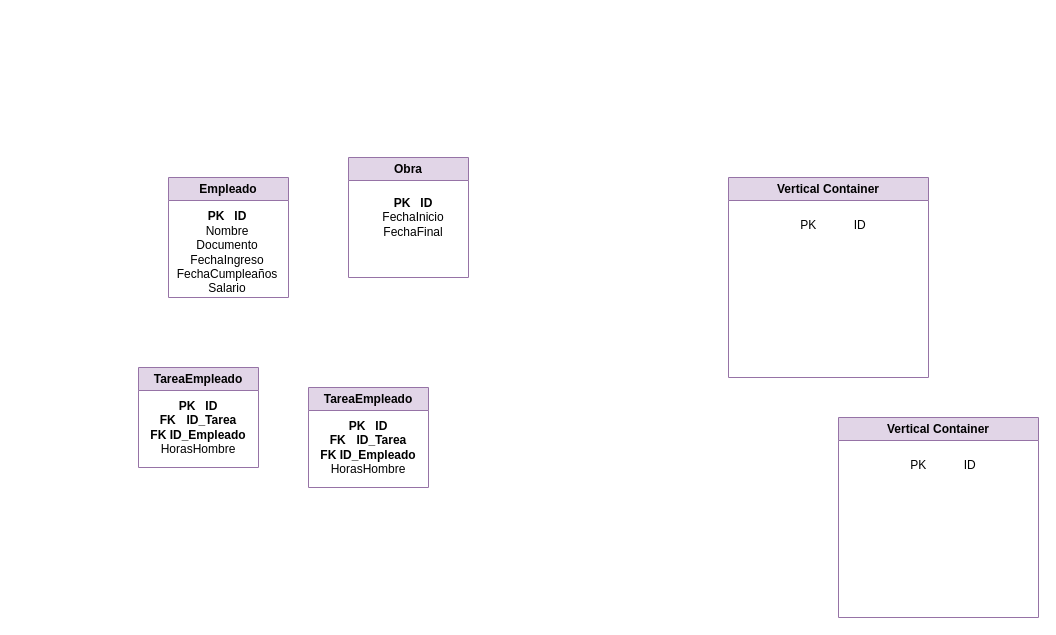
konnylisethalucematorresCAMPUS/baseDeDatosJhon keeps this draw.io diagram as Diagrama sin título.drawio. Above is the earlier version. Source tidied: cells renumbered, new cells numbered last; positions are measured from the earlier drawing's top-left corner, leaving out a move shared by most shapes. Both pictures are drawn from the tidied source at 100%, with x=0, y=0 at pixel (108, 157).
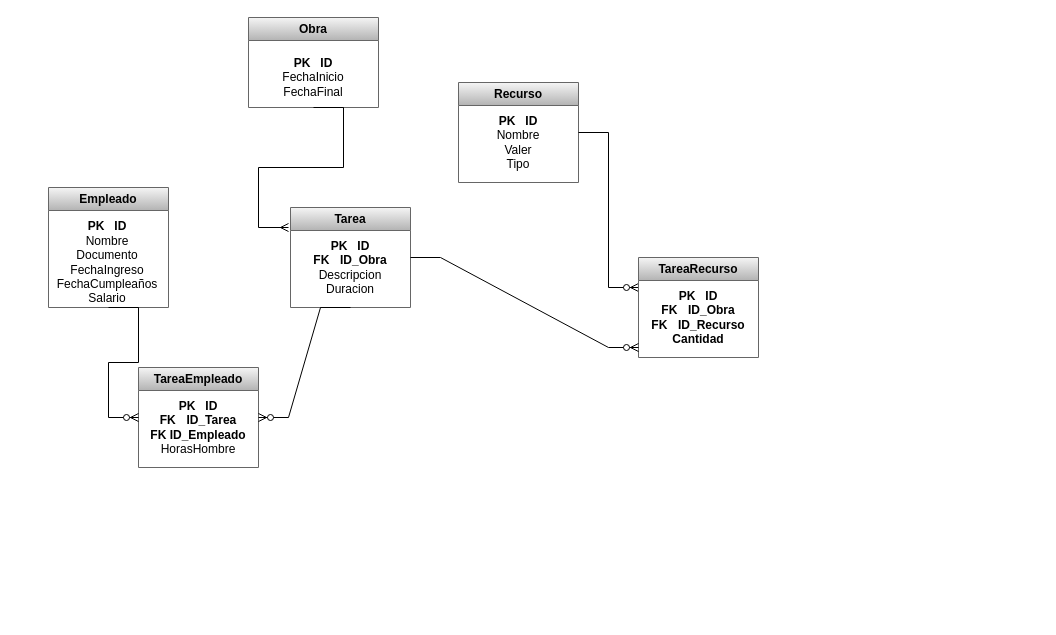
The same page after the edit.

Diff of the diagram source:
```diff
@@
-    <mxCell id="2" value="Empleado" style="swimlane;whiteSpace=wrap;html=1;fillColor=#e1d5e7;strokeColor=#9673a6;" parent="1" vertex="1">
-      <mxGeometry x="60" y="20" width="120" height="120" as="geometry" />
+    <mxCell id="2" value="Empleado" style="swimlane;whiteSpace=wrap;html=1;fillColor=#f5f5f5;strokeColor=#666666;gradientColor=#b3b3b3;" parent="1" vertex="1">
+      <mxGeometry x="-60" y="30" width="120" height="120" as="geometry" />
     </mxCell>
@@
-    <mxCell id="4" value="Vertical Container" style="swimlane;whiteSpace=wrap;html=1;fillColor=#e1d5e7;strokeColor=#9673a6;" parent="1" vertex="1">
-      <mxGeometry x="730" y="260" width="200" height="200" as="geometry" />
-    </mxCell>
-    <mxCell id="5" value="&lt;blockquote style=&quot;margin: 0 0 0 40px; border: none; padding: 0px;&quot;&gt;PK&amp;nbsp;&lt;span style=&quot;white-space: pre;&quot;&gt;&#9;&lt;span style=&quot;white-space: pre;&quot;&gt;&#9;&lt;/span&gt;&lt;/span&gt;ID&lt;/blockquote&gt;&lt;blockquote style=&quot;margin: 0 0 0 40px; border: none; padding: 0px;&quot;&gt;&lt;br&gt;&lt;/blockquote&gt;" style="text;html=1;align=center;verticalAlign=middle;whiteSpace=wrap;rounded=0;" parent="4" vertex="1">
-      <mxGeometry x="50" y="40" width="70" height="30" as="geometry" />
-    </mxCell>
-    <mxCell id="6" value="Vertical Container" style="swimlane;whiteSpace=wrap;html=1;fillColor=#e1d5e7;strokeColor=#9673a6;" parent="1" vertex="1">
-      <mxGeometry x="620" y="20" width="200" height="200" as="geometry" />
-    </mxCell>
-    <mxCell id="7" value="&lt;blockquote style=&quot;margin: 0 0 0 40px; border: none; padding: 0px;&quot;&gt;PK&amp;nbsp;&lt;span style=&quot;white-space: pre;&quot;&gt;&#9;&lt;span style=&quot;white-space: pre;&quot;&gt;&#9;&lt;/span&gt;&lt;/span&gt;ID&lt;/blockquote&gt;&lt;blockquote style=&quot;margin: 0 0 0 40px; border: none; padding: 0px;&quot;&gt;&lt;br&gt;&lt;/blockquote&gt;" style="text;html=1;align=center;verticalAlign=middle;whiteSpace=wrap;rounded=0;" parent="6" vertex="1">
-      <mxGeometry x="50" y="40" width="70" height="30" as="geometry" />
-    </mxCell>
-    <mxCell id="8" value="Obra" style="swimlane;whiteSpace=wrap;html=1;fillColor=#e1d5e7;strokeColor=#9673a6;" parent="1" vertex="1">
-      <mxGeometry x="240" width="120" height="120" as="geometry" />
+    <mxCell id="8" value="Obra" style="swimlane;whiteSpace=wrap;html=1;fillColor=#f5f5f5;strokeColor=#666666;gradientColor=#b3b3b3;" parent="1" vertex="1">
+      <mxGeometry x="140" y="-140" width="130" height="90" as="geometry" />
     </mxCell>
@@
-    <mxCell id="10" value="TareaEmpleado" style="swimlane;whiteSpace=wrap;html=1;fillColor=#e1d5e7;strokeColor=#9673a6;" parent="1" vertex="1">
+    <mxCell id="10" value="TareaEmpleado" style="swimlane;whiteSpace=wrap;html=1;fillColor=#f5f5f5;strokeColor=#666666;gradientColor=#b3b3b3;" parent="1" vertex="1">
       <mxGeometry x="30" y="210" width="120" height="100" as="geometry" />
     </mxCell>
@@
-    <mxCell id="12" value="TareaEmpleado" style="swimlane;whiteSpace=wrap;html=1;fillColor=#e1d5e7;strokeColor=#9673a6;" parent="1" vertex="1">
-      <mxGeometry x="200" y="230" width="120" height="100" as="geometry" />
+    <mxCell id="12" value="Tarea" style="swimlane;whiteSpace=wrap;html=1;fillColor=#f5f5f5;strokeColor=#666666;gradientColor=#b3b3b3;" parent="1" vertex="1">
+      <mxGeometry x="182" y="50" width="120" height="100" as="geometry" />
     </mxCell>
-    <mxCell id="13" value="&lt;blockquote style=&quot;margin: 0 0 0 40px; border: none; padding: 0px;&quot;&gt;&lt;b&gt;PK&amp;nbsp;&lt;span style=&quot;white-space: pre;&quot;&gt;&lt;span style=&quot;white-space: pre;&quot;&gt;&#9;&lt;/span&gt;&lt;/span&gt;ID&lt;/b&gt;&lt;/blockquote&gt;&lt;blockquote style=&quot;margin: 0 0 0 40px; border: none; padding: 0px;&quot;&gt;&lt;b&gt;FK&amp;nbsp;&lt;span style=&quot;white-space: pre;&quot;&gt;&#9;&lt;/span&gt;ID_Tarea&lt;/b&gt;&lt;/blockquote&gt;&lt;blockquote style=&quot;margin: 0 0 0 40px; border: none; padding: 0px;&quot;&gt;&lt;b&gt;FK ID_Empleado&lt;/b&gt;&lt;/blockquote&gt;&lt;blockquote style=&quot;margin: 0 0 0 40px; border: none; padding: 0px;&quot;&gt;HorasHombre&lt;/blockquote&gt;" style="text;html=1;align=center;verticalAlign=middle;whiteSpace=wrap;rounded=0;" parent="12" vertex="1">
+    <mxCell id="13" value="&lt;blockquote style=&quot;margin: 0 0 0 40px; border: none; padding: 0px;&quot;&gt;&lt;b&gt;PK&amp;nbsp;&lt;span style=&quot;white-space: pre;&quot;&gt;&lt;span style=&quot;white-space: pre;&quot;&gt;&#9;&lt;/span&gt;&lt;/span&gt;ID&lt;/b&gt;&lt;/blockquote&gt;&lt;blockquote style=&quot;margin: 0 0 0 40px; border: none; padding: 0px;&quot;&gt;&lt;b&gt;FK&amp;nbsp;&lt;span style=&quot;white-space: pre;&quot;&gt;&#9;&lt;/span&gt;ID_Obra&lt;/b&gt;&lt;/blockquote&gt;&lt;blockquote style=&quot;margin: 0 0 0 40px; border: none; padding: 0px;&quot;&gt;Descripcion&lt;/blockquote&gt;&lt;blockquote style=&quot;margin: 0 0 0 40px; border: none; padding: 0px;&quot;&gt;Duracion&lt;/blockquote&gt;" style="text;html=1;align=center;verticalAlign=middle;whiteSpace=wrap;rounded=0;" parent="12" vertex="1">
       <mxGeometry x="-30" y="45" width="140" height="30" as="geometry" />
     </mxCell>
+    <mxCell id="14" style="edgeStyle=entityRelationEdgeStyle;fontSize=12;html=1;endArrow=ERmany;rounded=0;exitX=0.5;exitY=1;exitDx=0;exitDy=0;" parent="1" edge="1" source="8">
+      <mxGeometry relative="1" as="geometry">
+        <mxPoint x="180" y="70" as="targetPoint" />
+        <Array as="points">
+          <mxPoint x="250" />
+        </Array>
+      </mxGeometry>
+    </mxCell>
+    <mxCell id="15" style="edgeStyle=entityRelationEdgeStyle;fontSize=12;html=1;endArrow=ERzeroToMany;endFill=1;rounded=0;exitX=0.5;exitY=1;exitDx=0;exitDy=0;entryX=1;entryY=0.5;entryDx=0;entryDy=0;" parent="1" edge="1" source="12" target="10">
+      <mxGeometry relative="1" as="geometry" />
+    </mxCell>
+    <mxCell id="16" style="edgeStyle=entityRelationEdgeStyle;fontSize=12;html=1;endArrow=ERzeroToMany;endFill=1;rounded=0;exitX=0.5;exitY=1;exitDx=0;exitDy=0;" parent="1" edge="1" source="2">
+      <mxGeometry relative="1" as="geometry">
+        <mxPoint x="30" y="260" as="targetPoint" />
+      </mxGeometry>
+    </mxCell>
+    <mxCell id="17" style="group;" parent="1" vertex="1">
+      <mxGeometry x="350" y="-75" width="300" height="350" as="geometry" />
+    </mxCell>
+    <mxCell id="18" value="Recurso" style="swimlane;whiteSpace=wrap;html=1;fillColor=#f5f5f5;strokeColor=#666666;gradientColor=#b3b3b3;" parent="17" vertex="1">
+      <mxGeometry width="120" height="100" as="geometry" />
+    </mxCell>
+    <mxCell id="19" value="&lt;blockquote style=&quot;margin: 0 0 0 40px; border: none; padding: 0px;&quot;&gt;&lt;b&gt;PK&amp;nbsp;&lt;span style=&quot;white-space: pre;&quot;&gt;&lt;span style=&quot;white-space: pre;&quot;&gt;&#9;&lt;/span&gt;&lt;/span&gt;ID&lt;/b&gt;&lt;/blockquote&gt;&lt;blockquote style=&quot;margin: 0 0 0 40px; border: none; padding: 0px;&quot;&gt;Nombre&lt;/blockquote&gt;&lt;blockquote style=&quot;margin: 0 0 0 40px; border: none; padding: 0px;&quot;&gt;Valer&lt;/blockquote&gt;&lt;blockquote style=&quot;margin: 0 0 0 40px; border: none; padding: 0px;&quot;&gt;Tipo&lt;/blockquote&gt;" style="text;html=1;align=center;verticalAlign=middle;whiteSpace=wrap;rounded=0;" parent="18" vertex="1">
+      <mxGeometry x="-30" y="45" width="140" height="30" as="geometry" />
+    </mxCell>
+    <mxCell id="20" style="edgeStyle=entityRelationEdgeStyle;fontSize=12;html=1;endArrow=ERzeroToMany;endFill=1;rounded=0;exitX=1;exitY=0.5;exitDx=0;exitDy=0;" parent="17" edge="1" source="18">
+      <mxGeometry relative="1" as="geometry">
+        <mxPoint x="180" y="205" as="targetPoint" />
+        <Array as="points">
+          <mxPoint x="160" y="195" />
+        </Array>
+      </mxGeometry>
+    </mxCell>
+    <mxCell id="21" value="TareaRecurso" style="swimlane;whiteSpace=wrap;html=1;fillColor=#f5f5f5;strokeColor=#666666;gradientColor=#b3b3b3;" parent="17" vertex="1">
+      <mxGeometry x="180" y="175" width="120" height="100" as="geometry" />
+    </mxCell>
+    <mxCell id="22" value="&lt;blockquote style=&quot;margin: 0 0 0 40px; border: none; padding: 0px;&quot;&gt;&lt;b&gt;PK&amp;nbsp;&lt;span style=&quot;white-space: pre;&quot;&gt;&lt;span style=&quot;white-space: pre;&quot;&gt;&#9;&lt;/span&gt;&lt;/span&gt;ID&lt;/b&gt;&lt;/blockquote&gt;&lt;blockquote style=&quot;margin: 0 0 0 40px; border: none; padding: 0px;&quot;&gt;&lt;b&gt;FK&amp;nbsp;&lt;span style=&quot;white-space: pre;&quot;&gt;&#9;&lt;/span&gt;ID_Obra&lt;/b&gt;&lt;/blockquote&gt;&lt;blockquote style=&quot;margin: 0 0 0 40px; border: none; padding: 0px;&quot;&gt;&lt;b&gt;FK&amp;nbsp;&lt;span style=&quot;white-space: pre;&quot;&gt;&#9;&lt;/span&gt;ID_Recurso&lt;/b&gt;&lt;/blockquote&gt;&lt;blockquote style=&quot;margin: 0 0 0 40px; border: none; padding: 0px;&quot;&gt;&lt;b&gt;Cantidad&lt;/b&gt;&lt;/blockquote&gt;" style="text;html=1;align=center;verticalAlign=middle;whiteSpace=wrap;rounded=0;" parent="21" vertex="1">
+      <mxGeometry x="-30" y="45" width="140" height="30" as="geometry" />
+    </mxCell>
+    <mxCell id="23" style="edgeStyle=entityRelationEdgeStyle;fontSize=12;html=1;endArrow=ERzeroToMany;endFill=1;rounded=0;entryX=0.25;entryY=1;entryDx=0;entryDy=0;exitX=1;exitY=0.5;exitDx=0;exitDy=0;" parent="17" edge="1" source="12">
+      <mxGeometry relative="1" as="geometry">
+        <mxPoint x="180" y="265" as="targetPoint" />
+      </mxGeometry>
+    </mxCell>
```
